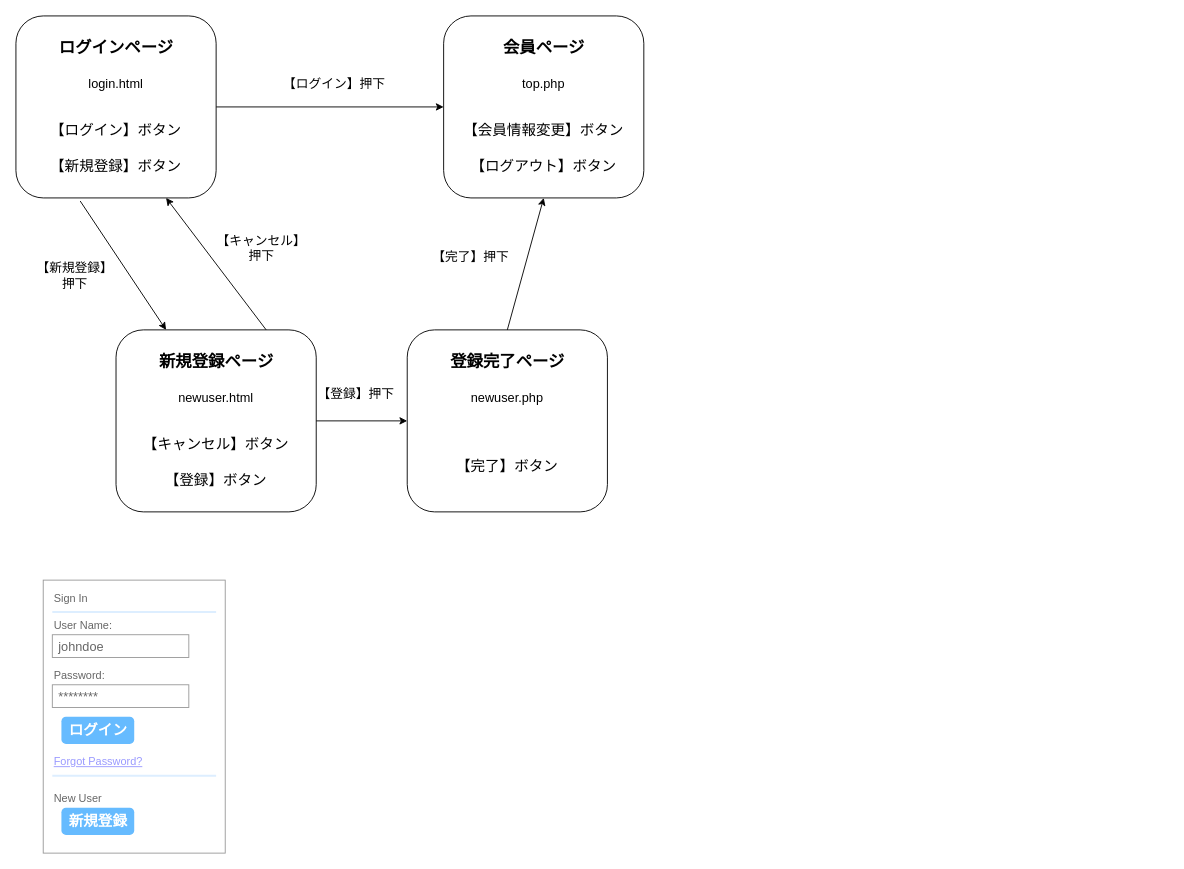
Above: 画面遷移図.dio in 0096iori/Ajax (draw.io), before the change. Source tidied: cells renumbered, new cells numbered last; positions are measured from the earlier drawing's top-left corner, leaving out a move shared by most shapes. Both pictures are drawn from the tidied source at 91%, with x=0, y=0 at pixel (15, 15).
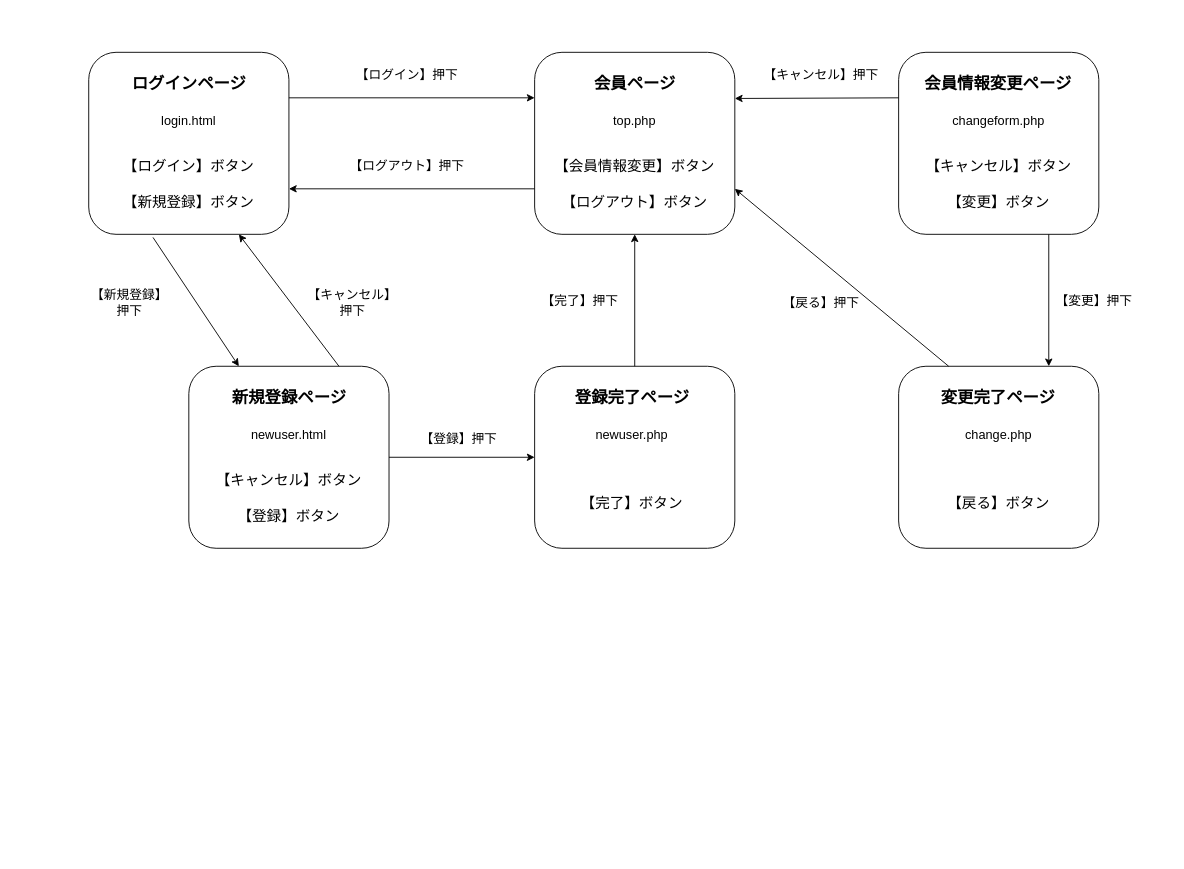
The same page after the edit.

Commit message:
画面遷移図（スプリント２現在のページ）

Unchanged cells that the change refers to:
```xml
<mxCell id="5" style="rounded=1;whiteSpace=wrap;html=1;" parent="4" vertex="1">
  <mxGeometry width="220" height="200" as="geometry" />
</mxCell>
<mxCell id="11" style="rounded=1;whiteSpace=wrap;html=1;" parent="10" vertex="1">
  <mxGeometry width="220" height="200" as="geometry" />
</mxCell>
<mxCell id="17" style="rounded=1;whiteSpace=wrap;html=1;" parent="16" vertex="1">
  <mxGeometry width="220" height="200" as="geometry" />
</mxCell>
```

What changed in the source:
```diff
@@
-    <mxCell id="2" style="edgeStyle=none;html=1;exitX=1;exitY=0.5;exitDx=0;exitDy=0;entryX=0;entryY=0.5;entryDx=0;entryDy=0;fontSize=14;" parent="1" edge="1" source="11" target="5">
-      <mxGeometry relative="1" as="geometry" />
-    </mxCell>
+    <mxCell id="47" style="group;" parent="1" vertex="1">
+      <mxGeometry x="80" y="40" width="1186" height="545" as="geometry" />
+    </mxCell>
+    <mxCell id="48" style="group;" parent="47" vertex="1">
+      <mxGeometry width="1186" height="545" as="geometry" />
+    </mxCell>
+    <mxCell id="25" style="rounded=1;whiteSpace=wrap;html=1;" parent="48" vertex="1">
+      <mxGeometry x="490" y="345" width="220" height="200" as="geometry" />
+    </mxCell>
-    <mxCell id="3" value="【ログイン】押下" style="text;html=1;strokeColor=none;fillColor=none;align=center;verticalAlign=middle;whiteSpace=wrap;rounded=0;fontSize=14;" parent="1" vertex="1">
-      <mxGeometry x="270" y="60" width="160" height="30" as="geometry" />
+    <mxCell id="3" value="【ログイン】押下" style="text;html=1;strokeColor=none;fillColor=none;align=center;verticalAlign=middle;whiteSpace=wrap;rounded=0;fontSize=14;" parent="48" vertex="1">
+      <mxGeometry x="270" y="10" width="160" height="30" as="geometry" />
     </mxCell>
-    <mxCell id="4" style="group;" parent="1" vertex="1">
-      <mxGeometry x="470" width="220" height="200" as="geometry" />
+    <mxCell id="4" style="group;" parent="48" vertex="1">
+      <mxGeometry x="490" width="220" height="200" as="geometry" />
     </mxCell>
@@
-    <mxCell id="10" style="group;" parent="1" vertex="1">
+    <mxCell id="10" style="group;" parent="48" vertex="1">
       <mxGeometry width="220" height="200" as="geometry" />
     </mxCell>
@@
-    <mxCell id="16" style="group;" parent="1" vertex="1">
+    <mxCell id="16" style="group;" parent="48" vertex="1">
       <mxGeometry x="110" y="345" width="220" height="200" as="geometry" />
     </mxCell>
@@
-    <mxCell id="22" value="【新規登録】押下" style="text;html=1;strokeColor=none;fillColor=none;align=center;verticalAlign=middle;whiteSpace=wrap;rounded=0;fontSize=14;" parent="1" vertex="1">
-      <mxGeometry x="20" y="270" width="90" height="30" as="geometry" />
+    <mxCell id="22" value="【新規登録】押下" style="text;html=1;strokeColor=none;fillColor=none;align=center;verticalAlign=middle;whiteSpace=wrap;rounded=0;fontSize=14;" parent="48" vertex="1">
+      <mxGeometry y="260" width="90" height="30" as="geometry" />
     </mxCell>
-    <mxCell id="23" style="edgeStyle=none;html=1;exitX=0.321;exitY=1.017;exitDx=0;exitDy=0;entryX=0.25;entryY=0;entryDx=0;entryDy=0;fontSize=14;exitPerimeter=0;" parent="1" edge="1" source="11" target="17">
+    <mxCell id="23" style="edgeStyle=none;html=1;exitX=0.321;exitY=1.017;exitDx=0;exitDy=0;entryX=0.25;entryY=0;entryDx=0;entryDy=0;fontSize=14;exitPerimeter=0;" parent="48" edge="1" source="11" target="17">
       <mxGeometry relative="1" as="geometry" />
     </mxCell>
-    <mxCell id="24" style="group;" parent="1" vertex="1">
-      <mxGeometry x="430" y="345" width="220" height="200" as="geometry" />
+    <mxCell id="24" style="group;" parent="48" vertex="1">
+      <mxGeometry x="487" y="345" width="220" height="200" as="geometry" />
     </mxCell>
-    <mxCell id="25" style="rounded=1;whiteSpace=wrap;html=1;" parent="24" vertex="1">
-      <mxGeometry width="220" height="200" as="geometry" />
-    </mxCell>
@@
-    <mxCell id="29" style="edgeStyle=none;html=1;exitX=1;exitY=0.5;exitDx=0;exitDy=0;entryX=0;entryY=0.5;entryDx=0;entryDy=0;fontSize=14;" parent="1" edge="1" source="17" target="25">
+    <mxCell id="29" style="edgeStyle=none;html=1;exitX=1;exitY=0.5;exitDx=0;exitDy=0;entryX=0;entryY=0.5;entryDx=0;entryDy=0;fontSize=14;" parent="48" edge="1" source="17" target="25">
       <mxGeometry relative="1" as="geometry" />
     </mxCell>
-    <mxCell id="30" value="【登録】押下" style="text;html=1;strokeColor=none;fillColor=none;align=center;verticalAlign=middle;whiteSpace=wrap;rounded=0;fontSize=14;" parent="1" vertex="1">
-      <mxGeometry x="294" y="400" width="160" height="30" as="geometry" />
+    <mxCell id="30" value="【登録】押下" style="text;html=1;strokeColor=none;fillColor=none;align=center;verticalAlign=middle;whiteSpace=wrap;rounded=0;fontSize=14;" parent="48" vertex="1">
+      <mxGeometry x="327" y="410" width="160" height="30" as="geometry" />
     </mxCell>
-    <mxCell id="31" style="strokeWidth=1;shadow=0;dashed=0;align=center;html=1;shape=mxgraph.mockup.forms.rrect;rSize=0;strokeColor=#999999;fillColor=#ffffff;fontSize=14;" parent="1" vertex="1">
-      <mxGeometry x="30" y="620" width="200" height="300" as="geometry" />
-    </mxCell>
-    <mxCell id="32" value="Sign In" style="strokeWidth=1;shadow=0;dashed=0;align=center;html=1;shape=mxgraph.mockup.forms.anchor;fontSize=12;fontColor=#666666;align=left;spacingLeft=0;" parent="31" vertex="1">
-      <mxGeometry width="100" height="20" relative="1" as="geometry">
-        <mxPoint x="10" y="10" as="offset" />
-      </mxGeometry>
-    </mxCell>
-    <mxCell id="33" style="shape=line;strokeColor=#ddeeff;strokeWidth=2;html=1;fontSize=14;" parent="31" vertex="1">
-      <mxGeometry width="180" height="10" relative="1" as="geometry">
-        <mxPoint x="10" y="30" as="offset" />
-      </mxGeometry>
-    </mxCell>
-    <mxCell id="34" value="User Name:" style="strokeWidth=1;shadow=0;dashed=0;align=center;html=1;shape=mxgraph.mockup.forms.anchor;fontSize=12;fontColor=#666666;align=left;spacingLeft=0;" parent="31" vertex="1">
-      <mxGeometry width="100" height="20" relative="1" as="geometry">
-        <mxPoint x="10" y="40" as="offset" />
-      </mxGeometry>
-    </mxCell>
-    <mxCell id="35" value="johndoe" style="strokeWidth=1;shadow=0;dashed=0;align=center;html=1;shape=mxgraph.mockup.forms.rrect;rSize=0;strokeColor=#999999;fontColor=#666666;align=left;spacingLeft=5;fontSize=14;" parent="31" vertex="1">
-      <mxGeometry width="150" height="25" relative="1" as="geometry">
-        <mxPoint x="10" y="60" as="offset" />
-      </mxGeometry>
-    </mxCell>
-    <mxCell id="36" value="Password:" style="strokeWidth=1;shadow=0;dashed=0;align=center;html=1;shape=mxgraph.mockup.forms.anchor;fontSize=12;fontColor=#666666;align=left;spacingLeft=0;" parent="31" vertex="1">
-      <mxGeometry width="100" height="20" relative="1" as="geometry">
-        <mxPoint x="10" y="95" as="offset" />
-      </mxGeometry>
-    </mxCell>
-    <mxCell id="37" value="********" style="strokeWidth=1;shadow=0;dashed=0;align=center;html=1;shape=mxgraph.mockup.forms.rrect;rSize=0;strokeColor=#999999;fontColor=#666666;align=left;spacingLeft=5;fontSize=14;" parent="31" vertex="1">
-      <mxGeometry width="150" height="25" relative="1" as="geometry">
-        <mxPoint x="10" y="115" as="offset" />
-      </mxGeometry>
-    </mxCell>
-    <mxCell id="38" value="ログイン" style="strokeWidth=1;shadow=0;dashed=0;align=center;html=1;shape=mxgraph.mockup.forms.rrect;rSize=5;strokeColor=none;fontColor=#ffffff;fillColor=#66bbff;fontSize=16;fontStyle=1;" parent="31" vertex="1">
-      <mxGeometry y="1" width="80" height="30" relative="1" as="geometry">
-        <mxPoint x="20" y="-150" as="offset" />
-      </mxGeometry>
-    </mxCell>
-    <mxCell id="39" value="Forgot Password?" style="strokeWidth=1;shadow=0;dashed=0;align=center;html=1;shape=mxgraph.mockup.forms.anchor;fontSize=12;fontColor=#9999ff;align=left;spacingLeft=0;fontStyle=4;" parent="31" vertex="1">
-      <mxGeometry y="1" width="150" height="20" relative="1" as="geometry">
-        <mxPoint x="10" y="-110" as="offset" />
-      </mxGeometry>
-    </mxCell>
-    <mxCell id="40" style="shape=line;strokeColor=#ddeeff;strokeWidth=2;html=1;fontSize=14;" parent="31" vertex="1">
-      <mxGeometry y="1" width="180" height="10" relative="1" as="geometry">
-        <mxPoint x="10" y="-90" as="offset" />
-      </mxGeometry>
-    </mxCell>
-    <mxCell id="41" value="New User" style="strokeWidth=1;shadow=0;dashed=0;align=center;html=1;shape=mxgraph.mockup.forms.anchor;fontSize=12;fontColor=#666666;align=left;spacingLeft=0;" parent="31" vertex="1">
-      <mxGeometry y="1" width="150" height="20" relative="1" as="geometry">
-        <mxPoint x="10" y="-70" as="offset" />
-      </mxGeometry>
-    </mxCell>
-    <mxCell id="42" value="新規登録" style="strokeWidth=1;shadow=0;dashed=0;align=center;html=1;shape=mxgraph.mockup.forms.rrect;rSize=5;strokeColor=none;fontColor=#ffffff;fillColor=#66bbff;fontSize=16;fontStyle=1;" parent="31" vertex="1">
-      <mxGeometry y="1" width="80" height="30" relative="1" as="geometry">
-        <mxPoint x="20" y="-50" as="offset" />
-      </mxGeometry>
-    </mxCell>
-    <mxCell id="43" style="edgeStyle=none;html=1;exitX=0.5;exitY=0;exitDx=0;exitDy=0;entryX=0.5;entryY=1;entryDx=0;entryDy=0;fontSize=14;" parent="1" edge="1" source="25" target="5">
+    <mxCell id="43" style="edgeStyle=none;html=1;exitX=0.5;exitY=0;exitDx=0;exitDy=0;entryX=0.5;entryY=1;entryDx=0;entryDy=0;fontSize=14;" parent="48" edge="1" source="25" target="5">
       <mxGeometry relative="1" as="geometry" />
     </mxCell>
-    <mxCell id="44" value="【完了】押下" style="text;html=1;strokeColor=none;fillColor=none;align=center;verticalAlign=middle;whiteSpace=wrap;rounded=0;fontSize=14;" parent="1" vertex="1">
-      <mxGeometry x="420" y="250" width="160" height="30" as="geometry" />
+    <mxCell id="44" value="【完了】押下" style="text;html=1;strokeColor=none;fillColor=none;align=center;verticalAlign=middle;whiteSpace=wrap;rounded=0;fontSize=14;" parent="48" vertex="1">
+      <mxGeometry x="460" y="257.5" width="160" height="30" as="geometry" />
     </mxCell>
-    <mxCell id="45" style="edgeStyle=none;html=1;exitX=0.75;exitY=0;exitDx=0;exitDy=0;entryX=0.75;entryY=1;entryDx=0;entryDy=0;fontSize=14;" parent="1" edge="1" source="17" target="11">
+    <mxCell id="45" style="edgeStyle=none;html=1;exitX=0.75;exitY=0;exitDx=0;exitDy=0;entryX=0.75;entryY=1;entryDx=0;entryDy=0;fontSize=14;" parent="48" edge="1" source="17" target="11">
       <mxGeometry relative="1" as="geometry" />
     </mxCell>
-    <mxCell id="46" value="【キャンセル】押下" style="text;html=1;strokeColor=none;fillColor=none;align=center;verticalAlign=middle;whiteSpace=wrap;rounded=0;fontSize=14;" parent="1" vertex="1">
-      <mxGeometry x="220" y="240" width="100" height="30" as="geometry" />
+    <mxCell id="46" value="【キャンセル】押下" style="text;html=1;strokeColor=none;fillColor=none;align=center;verticalAlign=middle;whiteSpace=wrap;rounded=0;fontSize=14;" parent="48" vertex="1">
+      <mxGeometry x="240" y="260" width="100" height="30" as="geometry" />
     </mxCell>
+    <mxCell id="2" style="edgeStyle=none;html=1;exitX=1;exitY=0.25;exitDx=0;exitDy=0;entryX=0;entryY=0.25;entryDx=0;entryDy=0;" parent="48" edge="1" source="11" target="5">
+      <mxGeometry relative="1" as="geometry" />
+    </mxCell>
+    <mxCell id="49" style="edgeStyle=none;html=1;exitX=0;exitY=0.75;exitDx=0;exitDy=0;entryX=1;entryY=0.75;entryDx=0;entryDy=0;" parent="48" edge="1" source="5" target="11">
+      <mxGeometry relative="1" as="geometry" />
+    </mxCell>
+    <mxCell id="50" value="【ログアウト】押下" style="text;html=1;strokeColor=none;fillColor=none;align=center;verticalAlign=middle;whiteSpace=wrap;rounded=0;fontSize=14;" parent="48" vertex="1">
+      <mxGeometry x="270" y="110" width="160" height="30" as="geometry" />
+    </mxCell>
+    <mxCell id="51" style="group;" parent="48" vertex="1">
+      <mxGeometry x="890" width="220" height="200" as="geometry" />
+    </mxCell>
+    <mxCell id="52" style="rounded=1;whiteSpace=wrap;html=1;" parent="51" vertex="1">
+      <mxGeometry width="220" height="200" as="geometry" />
+    </mxCell>
+    <mxCell id="53" value="会員情報変更ページ" style="text;html=1;strokeColor=none;fillColor=none;align=center;verticalAlign=middle;whiteSpace=wrap;rounded=0;fontStyle=1;fontSize=18;" parent="51" vertex="1">
+      <mxGeometry x="17.5" y="20" width="182.5" height="30" as="geometry" />
+    </mxCell>
+    <mxCell id="54" value="changeform.php" style="text;html=1;strokeColor=none;fillColor=none;align=center;verticalAlign=middle;whiteSpace=wrap;rounded=0;fontSize=14;" parent="51" vertex="1">
+      <mxGeometry x="50" y="60" width="120" height="30" as="geometry" />
+    </mxCell>
+    <mxCell id="55" value="【キャンセル】ボタン" style="text;html=1;strokeColor=none;fillColor=none;align=center;verticalAlign=middle;whiteSpace=wrap;rounded=0;fontSize=16;" parent="51" vertex="1">
+      <mxGeometry x="20" y="110" width="180" height="30" as="geometry" />
+    </mxCell>
+    <mxCell id="56" value="【変更】ボタン" style="text;html=1;strokeColor=none;fillColor=none;align=center;verticalAlign=middle;whiteSpace=wrap;rounded=0;fontSize=16;" parent="51" vertex="1">
+      <mxGeometry x="20" y="150" width="180" height="30" as="geometry" />
+    </mxCell>
+    <mxCell id="57" style="edgeStyle=none;html=1;exitX=0;exitY=0.25;exitDx=0;exitDy=0;" parent="48" edge="1" source="52">
+      <mxGeometry relative="1" as="geometry">
+        <mxPoint x="710" y="50.7" as="targetPoint" />
+      </mxGeometry>
+    </mxCell>
+    <mxCell id="58" value="【キャンセル】押下" style="text;html=1;strokeColor=none;fillColor=none;align=center;verticalAlign=middle;whiteSpace=wrap;rounded=0;fontSize=14;" parent="48" vertex="1">
+      <mxGeometry x="725" y="10" width="160" height="30" as="geometry" />
+    </mxCell>
+    <mxCell id="59" style="group;" parent="48" vertex="1">
+      <mxGeometry x="890" y="345" width="220" height="200" as="geometry" />
+    </mxCell>
+    <mxCell id="60" style="rounded=1;whiteSpace=wrap;html=1;" parent="59" vertex="1">
+      <mxGeometry width="220" height="200" as="geometry" />
+    </mxCell>
+    <mxCell id="61" value="変更完了ページ" style="text;html=1;strokeColor=none;fillColor=none;align=center;verticalAlign=middle;whiteSpace=wrap;rounded=0;fontStyle=1;fontSize=18;" parent="59" vertex="1">
+      <mxGeometry x="17.5" y="20" width="182.5" height="30" as="geometry" />
+    </mxCell>
+    <mxCell id="62" value="change.php" style="text;html=1;strokeColor=none;fillColor=none;align=center;verticalAlign=middle;whiteSpace=wrap;rounded=0;fontSize=14;" parent="59" vertex="1">
+      <mxGeometry x="50" y="60" width="120" height="30" as="geometry" />
+    </mxCell>
+    <mxCell id="63" value="【戻る】ボタン" style="text;html=1;strokeColor=none;fillColor=none;align=center;verticalAlign=middle;whiteSpace=wrap;rounded=0;fontSize=16;" parent="59" vertex="1">
+      <mxGeometry x="20" y="135" width="180" height="30" as="geometry" />
+    </mxCell>
+    <mxCell id="64" style="edgeStyle=none;html=1;exitX=0.75;exitY=1;exitDx=0;exitDy=0;entryX=0.75;entryY=0;entryDx=0;entryDy=0;" parent="48" edge="1" source="52" target="60">
+      <mxGeometry relative="1" as="geometry" />
+    </mxCell>
+    <mxCell id="65" style="edgeStyle=none;html=1;exitX=0.25;exitY=0;exitDx=0;exitDy=0;entryX=1;entryY=0.75;entryDx=0;entryDy=0;" parent="48" edge="1" source="60" target="5">
+      <mxGeometry relative="1" as="geometry" />
+    </mxCell>
+    <mxCell id="66" value="【戻る】押下" style="text;html=1;strokeColor=none;fillColor=none;align=center;verticalAlign=middle;whiteSpace=wrap;rounded=0;fontSize=14;" parent="48" vertex="1">
+      <mxGeometry x="740" y="260" width="130" height="30" as="geometry" />
+    </mxCell>
+    <mxCell id="67" value="【変更】押下" style="text;html=1;strokeColor=none;fillColor=none;align=center;verticalAlign=middle;whiteSpace=wrap;rounded=0;fontSize=14;" parent="48" vertex="1">
+      <mxGeometry x="1040" y="257.5" width="130" height="30" as="geometry" />
+    </mxCell>
```
